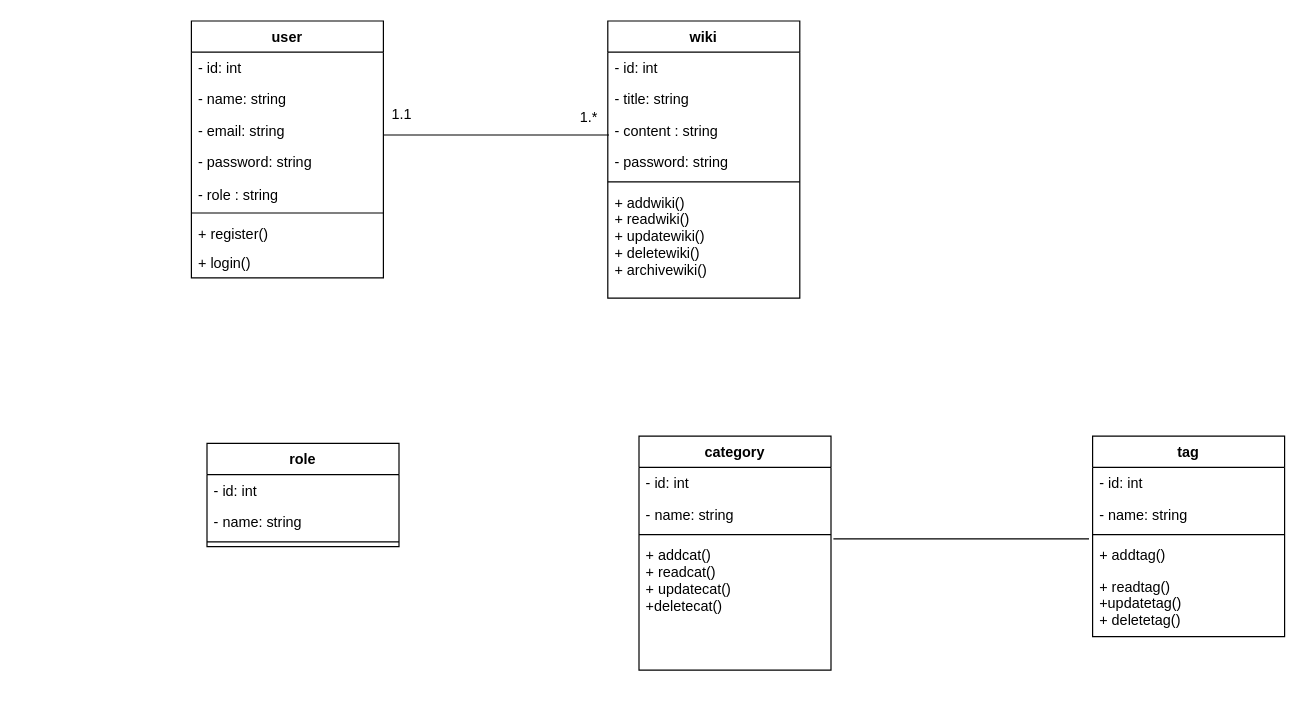
MaryemKhaoua/WIKI keeps this draw.io diagram as conception/classe.drawio. Above is the earlier version. Source tidied: cells renumbered, new cells numbered last; positions are measured from the earlier drawing's top-left corner, leaving out a move shared by most shapes. Both pictures are drawn from the tidied source at 120%, with x=0, y=0 at pixel (191, 20).
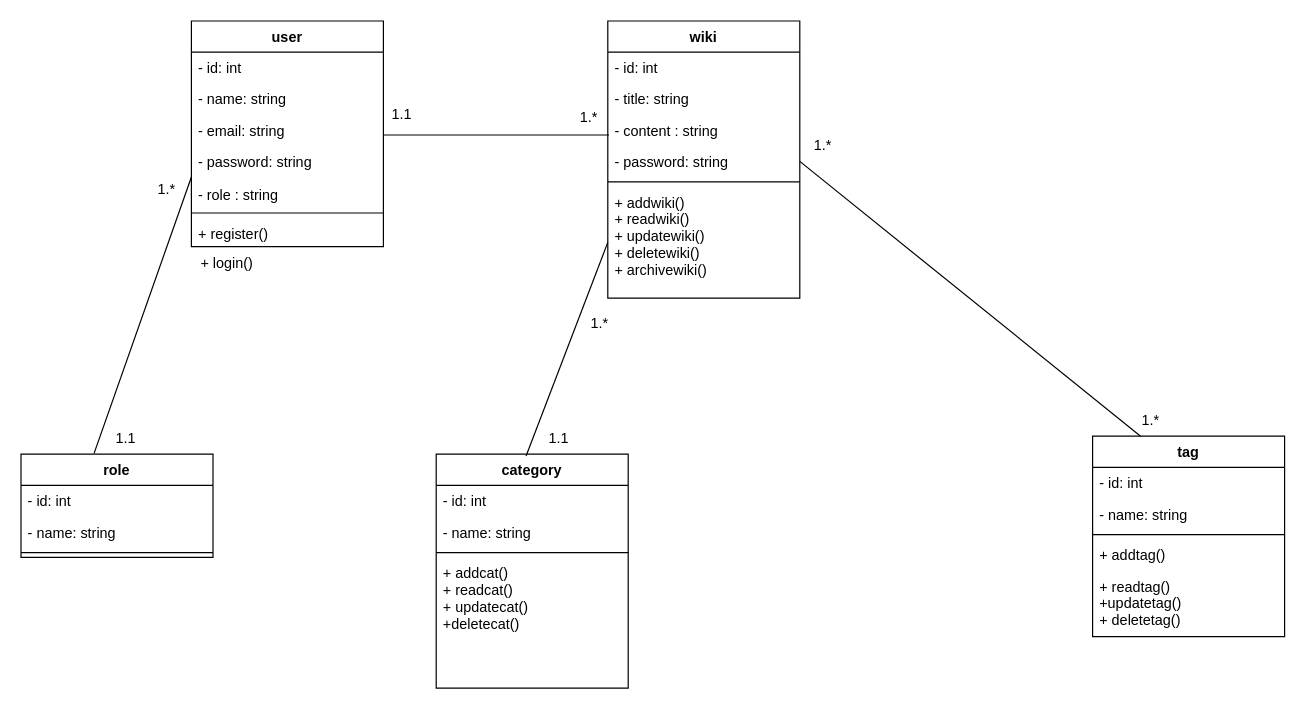
The same diagram, later.

Commit message:
modify class diagram

Unchanged cells that the change refers to:
```xml
<mxCell id="6" value="- password: string&#10;&#10;- role : string" style="text;strokeColor=none;fillColor=none;align=left;verticalAlign=top;spacingLeft=4;spacingRight=4;overflow=hidden;points=[[0,0.5],[1,0.5]];portConstraint=eastwest;" parent="2" vertex="1">
  <mxGeometry y="104" width="160" height="52" as="geometry" />
</mxCell>
<mxCell id="18" value="- password: string" style="text;strokeColor=none;fillColor=none;align=left;verticalAlign=top;spacingLeft=4;spacingRight=4;overflow=hidden;points=[[0,0.5],[1,0.5]];portConstraint=eastwest;" parent="14" vertex="1">
  <mxGeometry y="104" width="160" height="26" as="geometry" />
</mxCell>
<mxCell id="20" value="+ addwiki()&#10;+ readwiki()&#10;+ updatewiki()&#10;+ deletewiki()&#10;+ archivewiki()" style="text;strokeColor=none;fillColor=none;align=left;verticalAlign=top;spacingLeft=4;spacingRight=4;overflow=hidden;points=[[0,0.5],[1,0.5]];portConstraint=eastwest;" parent="14" vertex="1">
  <mxGeometry y="138" width="160" height="93" as="geometry" />
</mxCell>
<mxCell id="21" value="tag" style="swimlane;fontStyle=1;align=center;verticalAlign=top;horizontal=1;startSize=26;" parent="1" vertex="1">
  <mxGeometry x="751" y="346" width="160" height="167" as="geometry" />
</mxCell>
```

The edit, as a diff of the source:
```diff
@@
     <mxCell id="2" value="user" style="swimlane;fontStyle=1;align=center;verticalAlign=top;horizontal=1;startSize=26;" parent="1" vertex="1">
-      <mxGeometry width="160" height="214" as="geometry" />
+      <mxGeometry width="160" height="188" as="geometry" />
     </mxCell>
@@
-    <mxCell id="9" value="+ login()" style="text;strokeColor=none;fillColor=none;align=left;verticalAlign=top;spacingLeft=4;spacingRight=4;overflow=hidden;" parent="2" vertex="1">
-      <mxGeometry y="188" width="160" height="26" as="geometry" />
-    </mxCell>
     <mxCell id="10" value="role" style="swimlane;fontStyle=1;align=center;verticalAlign=top;horizontal=1;startSize=26;" parent="1" vertex="1">
-      <mxGeometry x="13" y="352" width="160" height="86" as="geometry" />
+      <mxGeometry x="-142" y="361" width="160" height="86" as="geometry" />
     </mxCell>
@@
     <mxCell id="27" value="category" style="swimlane;fontStyle=1;align=center;verticalAlign=top;horizontal=1;startSize=26;" parent="1" vertex="1">
-      <mxGeometry x="373" y="346" width="160" height="195" as="geometry" />
+      <mxGeometry x="204" y="361" width="160" height="195" as="geometry" />
     </mxCell>
@@
-    <mxCell id="35" style="line;strokeWidth=1;fillColor=none;align=left;verticalAlign=middle;spacingTop=-1;spacingLeft=3;spacingRight=3;labelPosition=right;strokeColor=inherit;" parent="1" vertex="1">
-      <mxGeometry x="535" y="414" width="213" height="35" as="geometry" />
-    </mxCell>
+    <mxCell id="36" value="1.*" style="text;html=1;align=center;verticalAlign=middle;strokeColor=none;fillColor=none;" parent="1" vertex="1">
+      <mxGeometry x="782" y="320" width="33" height="26" as="geometry" />
+    </mxCell>
+    <mxCell id="37" value="1.*" style="text;html=1;align=center;verticalAlign=middle;strokeColor=none;fillColor=none;" parent="1" vertex="1">
+      <mxGeometry x="509" y="91" width="33" height="26" as="geometry" />
+    </mxCell>
+    <mxCell id="38" value="1.*" style="text;html=1;align=center;verticalAlign=middle;strokeColor=none;fillColor=none;" parent="1" vertex="1">
+      <mxGeometry x="-38" y="128" width="33" height="26" as="geometry" />
+    </mxCell>
+    <mxCell id="39" value="1.1" style="text;html=1;align=center;verticalAlign=middle;strokeColor=none;fillColor=none;" parent="1" vertex="1">
+      <mxGeometry x="-73" y="335" width="35" height="26" as="geometry" />
+    </mxCell>
+    <mxCell id="40" value="1.*" style="text;html=1;align=center;verticalAlign=middle;strokeColor=none;fillColor=none;" parent="1" vertex="1">
+      <mxGeometry x="323" y="239" width="33" height="26" as="geometry" />
+    </mxCell>
+    <mxCell id="41" value="1.1" style="text;html=1;align=center;verticalAlign=middle;strokeColor=none;fillColor=none;" parent="1" vertex="1">
+      <mxGeometry x="288" y="335" width="35" height="26" as="geometry" />
+    </mxCell>
+    <mxCell id="9" value="+ login()" style="text;strokeColor=none;fillColor=none;align=left;verticalAlign=top;spacingLeft=4;spacingRight=4;overflow=hidden;" parent="1" vertex="1">
+      <mxGeometry x="2" y="188" width="160" height="25" as="geometry" />
+    </mxCell>
+    <mxCell id="42" style="edgeStyle=none;html=1;exitX=0;exitY=0.5;exitDx=0;exitDy=0;endArrow=none;endFill=0;" parent="1" edge="1" source="6">
+      <mxGeometry relative="1" as="geometry">
+        <mxPoint x="-81.1" y="360.3" as="targetPoint" />
+      </mxGeometry>
+    </mxCell>
+    <mxCell id="43" style="edgeStyle=none;html=1;exitX=0;exitY=0.5;exitDx=0;exitDy=0;endArrow=none;endFill=0;" parent="1" edge="1" source="20">
+      <mxGeometry relative="1" as="geometry">
+        <mxPoint x="278.9" y="362.5" as="targetPoint" />
+      </mxGeometry>
+    </mxCell>
+    <mxCell id="44" style="edgeStyle=none;html=1;exitX=1;exitY=0.5;exitDx=0;exitDy=0;entryX=0.25;entryY=0;entryDx=0;entryDy=0;endArrow=none;endFill=0;" parent="1" edge="1" source="18" target="21">
+      <mxGeometry relative="1" as="geometry" />
+    </mxCell>
```
